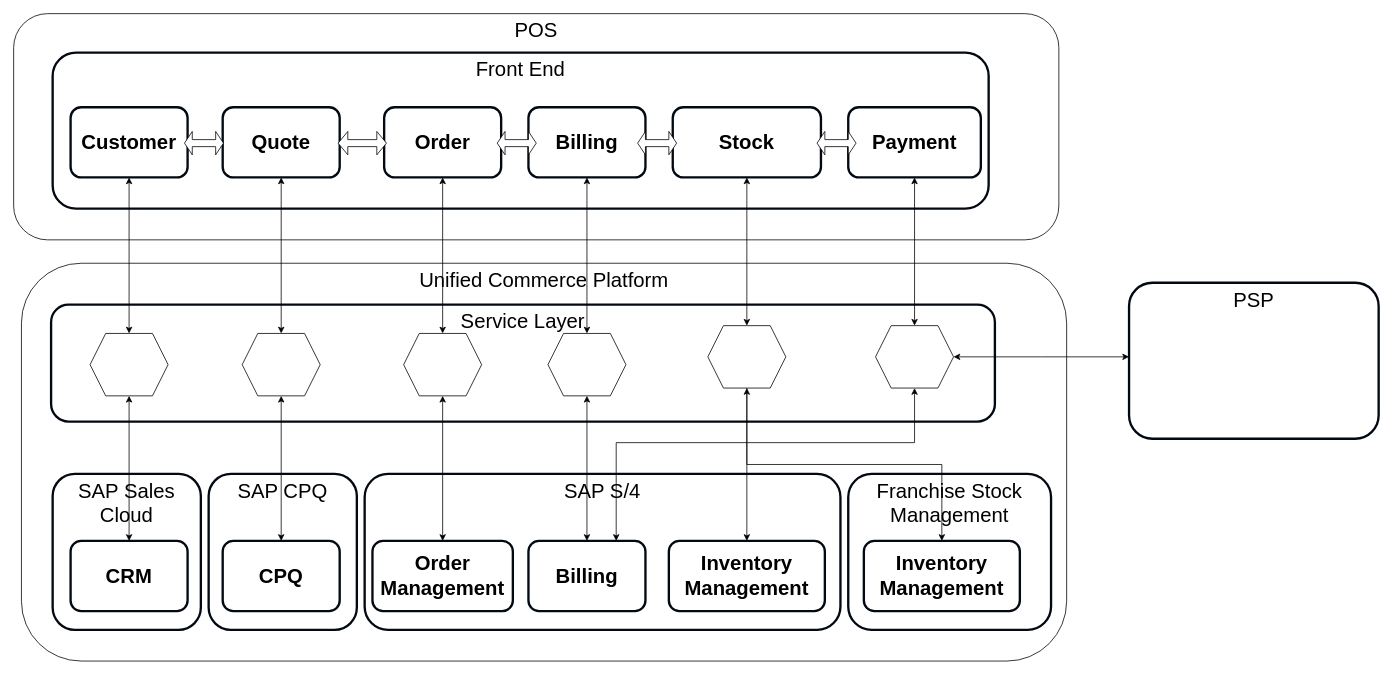
Earlier version of the draw.io diagram page "UCP with POS" (12 of 14) of Sales Frontend Strategy.drawio (mrf742002/Diagrams). Source tidied: cells renumbered, new cells numbered last; positions are measured from the earlier drawing's top-left corner, leaving out a move shared by most shapes. Both pictures are drawn from the tidied source at 78%, with x=0, y=0 at pixel (13, 13).
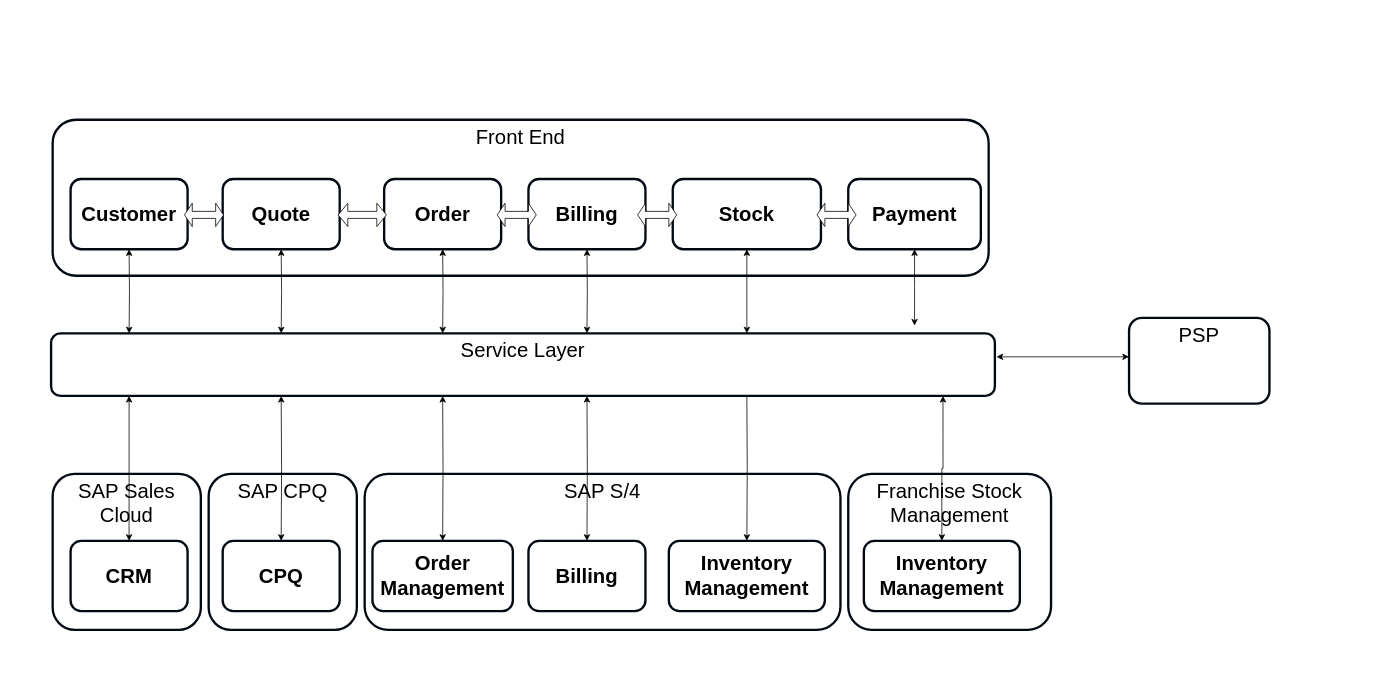
The same diagram, later.

The change refers to these unchanged cells:
```xml
<mxCell id="9" value="&lt;b style=&quot;font-size: 26px&quot;&gt;CPQ&lt;br style=&quot;font-size: 26px&quot;&gt;&lt;/b&gt;" style="rounded=1;whiteSpace=wrap;html=1;verticalAlign=middle;strokeWidth=3;strokeColor=#020912;fontSize=26;" parent="1" vertex="1">
  <mxGeometry x="268" y="676" width="150" height="90" as="geometry" />
</mxCell>
<mxCell id="10" value="&lt;b style=&quot;font-size: 26px&quot;&gt;Billing&lt;br style=&quot;font-size: 26px&quot;&gt;&lt;/b&gt;" style="rounded=1;whiteSpace=wrap;html=1;verticalAlign=middle;strokeWidth=3;strokeColor=#020912;fontSize=26;" parent="1" vertex="1">
  <mxGeometry x="660" y="676" width="150" height="90" as="geometry" />
</mxCell>
<mxCell id="11" value="&lt;b style=&quot;font-size: 26px&quot;&gt;Inventory Management&lt;br style=&quot;font-size: 26px&quot;&gt;&lt;/b&gt;" style="rounded=1;whiteSpace=wrap;html=1;verticalAlign=middle;strokeWidth=3;strokeColor=#020912;fontSize=26;" parent="1" vertex="1">
  <mxGeometry x="840" y="676" width="200" height="90" as="geometry" />
</mxCell>
<mxCell id="13" value="&lt;b style=&quot;font-size: 26px&quot;&gt;CRM&lt;br style=&quot;font-size: 26px&quot;&gt;&lt;/b&gt;" style="rounded=1;whiteSpace=wrap;html=1;verticalAlign=middle;strokeWidth=3;strokeColor=#020912;fontSize=26;" parent="1" vertex="1">
  <mxGeometry x="73" y="676" width="150" height="90" as="geometry" />
</mxCell>
<mxCell id="14" value="&lt;b style=&quot;font-size: 26px&quot;&gt;Order Management&lt;br style=&quot;font-size: 26px&quot;&gt;&lt;/b&gt;" style="rounded=1;whiteSpace=wrap;html=1;verticalAlign=middle;strokeWidth=3;strokeColor=#020912;fontSize=26;" parent="1" vertex="1">
  <mxGeometry x="460" y="676" width="180" height="90" as="geometry" />
</mxCell>
<mxCell id="42" value="&lt;b style=&quot;font-size: 26px&quot;&gt;Inventory Management&lt;br style=&quot;font-size: 26px&quot;&gt;&lt;/b&gt;" style="rounded=1;whiteSpace=wrap;html=1;verticalAlign=middle;strokeWidth=3;strokeColor=#020912;fontSize=26;" parent="1" vertex="1">
  <mxGeometry x="1090" y="676" width="200" height="90" as="geometry" />
</mxCell>
```

Diff of the diagram source:
```diff
@@
-    <mxCell id="2" value="POS" style="rounded=1;whiteSpace=wrap;html=1;verticalAlign=top;fontSize=26;" parent="1" vertex="1">
-      <mxGeometry width="1340" height="290" as="geometry" />
-    </mxCell>
-    <mxCell id="3" value="Unified Commerce Platform" style="rounded=1;whiteSpace=wrap;html=1;verticalAlign=top;fontSize=26;" parent="1" vertex="1">
-      <mxGeometry x="10" y="320" width="1340" height="510" as="geometry" />
-    </mxCell>
@@
     <mxCell id="5" value="Service Layer" style="rounded=1;whiteSpace=wrap;html=1;verticalAlign=top;strokeWidth=3;strokeColor=#020912;fontSize=26;" parent="1" vertex="1">
-      <mxGeometry x="48" y="373" width="1210" height="150" as="geometry" />
+      <mxGeometry x="48" y="410" width="1210" height="80" as="geometry" />
     </mxCell>
@@
-    <mxCell id="12" style="edgeStyle=orthogonalEdgeStyle;rounded=0;jettySize=auto;html=1;exitX=0.5;exitY=0;exitDx=0;exitDy=0;startArrow=classic;startFill=1;" parent="1" edge="1" source="13" target="24">
-      <mxGeometry relative="1" as="geometry" />
+    <mxCell id="12" style="edgeStyle=orthogonalEdgeStyle;rounded=0;jettySize=auto;html=1;exitX=0.5;exitY=0;exitDx=0;exitDy=0;startArrow=classic;startFill=1;" parent="1" edge="1" source="13">
+      <mxGeometry relative="1" as="geometry">
+        <mxPoint x="148" y="490" as="targetPoint" />
+      </mxGeometry>
     </mxCell>
@@
     <mxCell id="15" value="Front End" style="rounded=1;whiteSpace=wrap;html=1;verticalAlign=top;strokeWidth=3;strokeColor=#020912;fontSize=26;" parent="1" vertex="1">
-      <mxGeometry x="50" y="50" width="1200" height="200" as="geometry" />
+      <mxGeometry x="50" y="136" width="1200" height="200" as="geometry" />
     </mxCell>
     <mxCell id="16" value="&lt;b style=&quot;font-size: 26px&quot;&gt;Customer&lt;br style=&quot;font-size: 26px&quot;&gt;&lt;/b&gt;" style="rounded=1;whiteSpace=wrap;html=1;verticalAlign=middle;strokeWidth=3;strokeColor=#020912;fontSize=26;" parent="1" vertex="1">
-      <mxGeometry x="73" y="120" width="150" height="90" as="geometry" />
+      <mxGeometry x="73" y="212" width="150" height="90" as="geometry" />
     </mxCell>
     <mxCell id="17" value="&lt;b style=&quot;font-size: 26px&quot;&gt;Quote&lt;br style=&quot;font-size: 26px&quot;&gt;&lt;/b&gt;" style="rounded=1;whiteSpace=wrap;html=1;verticalAlign=middle;strokeWidth=3;strokeColor=#020912;fontSize=26;" parent="1" vertex="1">
-      <mxGeometry x="268" y="120" width="150" height="90" as="geometry" />
+      <mxGeometry x="268" y="212" width="150" height="90" as="geometry" />
     </mxCell>
     <mxCell id="18" value="&lt;b style=&quot;font-size: 26px&quot;&gt;Order&lt;br style=&quot;font-size: 26px&quot;&gt;&lt;/b&gt;" style="rounded=1;whiteSpace=wrap;html=1;verticalAlign=middle;strokeWidth=3;strokeColor=#020912;fontSize=26;" parent="1" vertex="1">
-      <mxGeometry x="475" y="120" width="150" height="90" as="geometry" />
+      <mxGeometry x="475" y="212" width="150" height="90" as="geometry" />
     </mxCell>
     <mxCell id="19" value="&lt;b style=&quot;font-size: 26px&quot;&gt;Billing&lt;br style=&quot;font-size: 26px&quot;&gt;&lt;/b&gt;" style="rounded=1;whiteSpace=wrap;html=1;verticalAlign=middle;strokeWidth=3;strokeColor=#020912;fontSize=26;" parent="1" vertex="1">
-      <mxGeometry x="660" y="120" width="150" height="90" as="geometry" />
+      <mxGeometry x="660" y="212" width="150" height="90" as="geometry" />
     </mxCell>
     <mxCell id="20" value="&lt;b style=&quot;font-size: 26px&quot;&gt;Stock&lt;br style=&quot;font-size: 26px&quot;&gt;&lt;/b&gt;" style="rounded=1;whiteSpace=wrap;html=1;verticalAlign=middle;strokeWidth=3;strokeColor=#020912;fontSize=26;" parent="1" vertex="1">
-      <mxGeometry x="845" y="120" width="190" height="90" as="geometry" />
+      <mxGeometry x="845" y="212" width="190" height="90" as="geometry" />
     </mxCell>
-    <mxCell id="21" style="edgeStyle=orthogonalEdgeStyle;rounded=0;jettySize=auto;html=1;exitX=0.5;exitY=1;exitDx=0;exitDy=0;entryX=0.5;entryY=0;entryDx=0;entryDy=0;startArrow=classic;startFill=1;" parent="1" edge="1" source="22" target="40">
-      <mxGeometry relative="1" as="geometry" />
+    <mxCell id="21" style="edgeStyle=orthogonalEdgeStyle;rounded=0;jettySize=auto;html=1;exitX=0.5;exitY=1;exitDx=0;exitDy=0;entryX=0.5;entryY=0;entryDx=0;entryDy=0;startArrow=classic;startFill=1;" parent="1" edge="1" source="22">
+      <mxGeometry relative="1" as="geometry">
+        <mxPoint x="1155" y="400" as="targetPoint" />
+      </mxGeometry>
     </mxCell>
     <mxCell id="22" value="&lt;b style=&quot;font-size: 26px&quot;&gt;Payment&lt;br style=&quot;font-size: 26px&quot;&gt;&lt;/b&gt;" style="rounded=1;whiteSpace=wrap;html=1;verticalAlign=middle;strokeWidth=3;strokeColor=#020912;fontSize=26;" parent="1" vertex="1">
-      <mxGeometry x="1070" y="120" width="170" height="90" as="geometry" />
+      <mxGeometry x="1070" y="212" width="170" height="90" as="geometry" />
     </mxCell>
-    <mxCell id="23" style="edgeStyle=orthogonalEdgeStyle;rounded=0;jettySize=auto;html=1;exitX=0.5;exitY=0;exitDx=0;exitDy=0;startArrow=classic;startFill=1;" parent="1" edge="1" source="24" target="16">
-      <mxGeometry relative="1" as="geometry" />
+    <mxCell id="23" style="edgeStyle=orthogonalEdgeStyle;rounded=0;jettySize=auto;html=1;exitX=0.5;exitY=0;exitDx=0;exitDy=0;startArrow=classic;startFill=1;" parent="1" edge="1" target="16">
+      <mxGeometry relative="1" as="geometry">
+        <mxPoint x="148" y="410" as="sourcePoint" />
+      </mxGeometry>
     </mxCell>
-    <mxCell id="24" style="shape=hexagon;perimeter=hexagonPerimeter2;whiteSpace=wrap;html=1;fixedSize=1;" parent="1" vertex="1">
-      <mxGeometry x="98" y="410" width="100" height="80" as="geometry" />
-    </mxCell>
-    <mxCell id="25" style="edgeStyle=orthogonalEdgeStyle;rounded=0;jettySize=auto;html=1;exitX=0.5;exitY=0;exitDx=0;exitDy=0;startArrow=classic;startFill=1;" parent="1" edge="1" source="27" target="17">
-      <mxGeometry relative="1" as="geometry" />
+    <mxCell id="25" style="edgeStyle=orthogonalEdgeStyle;rounded=0;jettySize=auto;html=1;exitX=0.5;exitY=0;exitDx=0;exitDy=0;startArrow=classic;startFill=1;" parent="1" edge="1" target="17">
+      <mxGeometry relative="1" as="geometry">
+        <mxPoint x="343" y="410" as="sourcePoint" />
+      </mxGeometry>
     </mxCell>
-    <mxCell id="26" style="edgeStyle=orthogonalEdgeStyle;rounded=0;jettySize=auto;html=1;exitX=0.5;exitY=1;exitDx=0;exitDy=0;startArrow=classic;startFill=1;" parent="1" edge="1" source="27" target="9">
-      <mxGeometry relative="1" as="geometry" />
+    <mxCell id="26" style="edgeStyle=orthogonalEdgeStyle;rounded=0;jettySize=auto;html=1;exitX=0.5;exitY=1;exitDx=0;exitDy=0;startArrow=classic;startFill=1;" parent="1" edge="1" target="9">
+      <mxGeometry relative="1" as="geometry">
+        <mxPoint x="343" y="490" as="sourcePoint" />
+      </mxGeometry>
     </mxCell>
-    <mxCell id="27" style="shape=hexagon;perimeter=hexagonPerimeter2;whiteSpace=wrap;html=1;fixedSize=1;" parent="1" vertex="1">
-      <mxGeometry x="293" y="410" width="100" height="80" as="geometry" />
-    </mxCell>
-    <mxCell id="28" style="edgeStyle=orthogonalEdgeStyle;rounded=0;jettySize=auto;html=1;exitX=0.5;exitY=0;exitDx=0;exitDy=0;entryX=0.5;entryY=1;entryDx=0;entryDy=0;startArrow=classic;startFill=1;" parent="1" edge="1" source="30" target="18">
-      <mxGeometry relative="1" as="geometry" />
+    <mxCell id="28" style="edgeStyle=orthogonalEdgeStyle;rounded=0;jettySize=auto;html=1;exitX=0.5;exitY=0;exitDx=0;exitDy=0;entryX=0.5;entryY=1;entryDx=0;entryDy=0;startArrow=classic;startFill=1;" parent="1" edge="1" target="18">
+      <mxGeometry relative="1" as="geometry">
+        <mxPoint x="550" y="410" as="sourcePoint" />
+      </mxGeometry>
     </mxCell>
-    <mxCell id="29" style="edgeStyle=orthogonalEdgeStyle;rounded=0;jettySize=auto;html=1;exitX=0.5;exitY=1;exitDx=0;exitDy=0;startArrow=classic;startFill=1;" parent="1" edge="1" source="30" target="14">
-      <mxGeometry relative="1" as="geometry" />
+    <mxCell id="29" style="edgeStyle=orthogonalEdgeStyle;rounded=0;jettySize=auto;html=1;exitX=0.5;exitY=1;exitDx=0;exitDy=0;startArrow=classic;startFill=1;" parent="1" edge="1" target="14">
+      <mxGeometry relative="1" as="geometry">
+        <mxPoint x="550" y="490" as="sourcePoint" />
+      </mxGeometry>
     </mxCell>
-    <mxCell id="30" style="shape=hexagon;perimeter=hexagonPerimeter2;whiteSpace=wrap;html=1;fixedSize=1;" parent="1" vertex="1">
-      <mxGeometry x="500" y="410" width="100" height="80" as="geometry" />
-    </mxCell>
-    <mxCell id="31" style="edgeStyle=orthogonalEdgeStyle;rounded=0;jettySize=auto;html=1;exitX=0.5;exitY=0;exitDx=0;exitDy=0;startArrow=classic;startFill=1;" parent="1" edge="1" source="33" target="19">
-      <mxGeometry relative="1" as="geometry" />
+    <mxCell id="31" style="edgeStyle=orthogonalEdgeStyle;rounded=0;jettySize=auto;html=1;exitX=0.5;exitY=0;exitDx=0;exitDy=0;startArrow=classic;startFill=1;" parent="1" edge="1" target="19">
+      <mxGeometry relative="1" as="geometry">
+        <mxPoint x="735" y="410" as="sourcePoint" />
+      </mxGeometry>
     </mxCell>
-    <mxCell id="32" style="edgeStyle=orthogonalEdgeStyle;rounded=0;jettySize=auto;html=1;exitX=0.5;exitY=1;exitDx=0;exitDy=0;startArrow=classic;startFill=1;" parent="1" edge="1" source="33" target="10">
-      <mxGeometry relative="1" as="geometry" />
+    <mxCell id="32" style="edgeStyle=orthogonalEdgeStyle;rounded=0;jettySize=auto;html=1;exitX=0.5;exitY=1;exitDx=0;exitDy=0;startArrow=classic;startFill=1;" parent="1" edge="1" target="10">
+      <mxGeometry relative="1" as="geometry">
+        <mxPoint x="735" y="490" as="sourcePoint" />
+      </mxGeometry>
     </mxCell>
-    <mxCell id="33" style="shape=hexagon;perimeter=hexagonPerimeter2;whiteSpace=wrap;html=1;fixedSize=1;" parent="1" vertex="1">
-      <mxGeometry x="685" y="410" width="100" height="80" as="geometry" />
-    </mxCell>
-    <mxCell id="34" style="edgeStyle=orthogonalEdgeStyle;rounded=0;jettySize=auto;html=1;exitX=0.5;exitY=0;exitDx=0;exitDy=0;startArrow=classic;startFill=1;" parent="1" edge="1" source="37" target="20">
-      <mxGeometry relative="1" as="geometry" />
-    </mxCell>
-    <mxCell id="35" style="edgeStyle=orthogonalEdgeStyle;rounded=0;jettySize=auto;html=1;exitX=0.5;exitY=1;exitDx=0;exitDy=0;" parent="1" edge="1" source="37" target="11">
-      <mxGeometry relative="1" as="geometry" />
+    <mxCell id="35" style="edgeStyle=orthogonalEdgeStyle;rounded=0;jettySize=auto;html=1;" parent="1" edge="1" target="11">
+      <mxGeometry relative="1" as="geometry">
+        <mxPoint x="940" y="490" as="sourcePoint" />
+      </mxGeometry>
     </mxCell>
-    <mxCell id="36" style="edgeStyle=orthogonalEdgeStyle;rounded=0;jettySize=auto;html=1;exitX=0.5;exitY=1;exitDx=0;exitDy=0;entryX=0.5;entryY=0;entryDx=0;entryDy=0;startArrow=classic;startFill=1;" parent="1" edge="1" source="37" target="42">
+    <mxCell id="36" style="edgeStyle=orthogonalEdgeStyle;rounded=0;jettySize=auto;html=1;exitX=0.945;exitY=1;exitDx=0;exitDy=0;entryX=0.5;entryY=0;entryDx=0;entryDy=0;startArrow=classic;startFill=1;exitPerimeter=0;" parent="1" edge="1" source="5" target="42">
       <mxGeometry relative="1" as="geometry" />
     </mxCell>
-    <mxCell id="37" style="shape=hexagon;perimeter=hexagonPerimeter2;whiteSpace=wrap;html=1;fixedSize=1;" parent="1" vertex="1">
-      <mxGeometry x="890" y="400" width="100" height="80" as="geometry" />
-    </mxCell>
-    <mxCell id="38" style="edgeStyle=orthogonalEdgeStyle;rounded=0;jettySize=auto;html=1;exitX=1;exitY=0.5;exitDx=0;exitDy=0;startArrow=classic;startFill=1;" parent="1" edge="1" source="40">
+    <mxCell id="38" style="edgeStyle=orthogonalEdgeStyle;rounded=0;orthogonalLoop=1;jettySize=auto;html=1;startArrow=classic;startFill=1;" parent="1" edge="1">
       <mxGeometry relative="1" as="geometry">
+        <mxPoint x="1260" y="440" as="sourcePoint" />
         <mxPoint x="1430" y="440" as="targetPoint" />
       </mxGeometry>
     </mxCell>
-    <mxCell id="39" style="edgeStyle=orthogonalEdgeStyle;rounded=0;jettySize=auto;html=1;exitX=0.5;exitY=1;exitDx=0;exitDy=0;entryX=0.75;entryY=0;entryDx=0;entryDy=0;startArrow=classic;startFill=1;fontSize=26;" parent="1" edge="1" source="40" target="10">
-      <mxGeometry relative="1" as="geometry">
-        <Array as="points">
-          <mxPoint x="1155" y="550" />
-          <mxPoint x="773" y="550" />
-        </Array>
-      </mxGeometry>
-    </mxCell>
-    <mxCell id="40" style="shape=hexagon;perimeter=hexagonPerimeter2;whiteSpace=wrap;html=1;fixedSize=1;" parent="1" vertex="1">
-      <mxGeometry x="1105" y="400" width="100" height="80" as="geometry" />
-    </mxCell>
     <mxCell id="41" value="PSP" style="rounded=1;whiteSpace=wrap;html=1;verticalAlign=top;strokeWidth=3;strokeColor=#020912;fontSize=26;" parent="1" vertex="1">
-      <mxGeometry x="1430" y="345" width="320" height="200" as="geometry" />
+      <mxGeometry x="1430" y="390" width="180" height="110" as="geometry" />
     </mxCell>
@@
     <mxCell id="43" style="shape=doubleArrow;whiteSpace=wrap;html=1;fontSize=26;" parent="1" vertex="1">
-      <mxGeometry x="219" y="151" width="50" height="30" as="geometry" />
+      <mxGeometry x="219" y="243" width="50" height="30" as="geometry" />
     </mxCell>
     <mxCell id="44" style="shape=doubleArrow;whiteSpace=wrap;html=1;fontSize=26;" parent="1" vertex="1">
-      <mxGeometry x="416" y="151" width="62" height="30" as="geometry" />
+      <mxGeometry x="416" y="243" width="62" height="30" as="geometry" />
     </mxCell>
     <mxCell id="45" style="shape=doubleArrow;whiteSpace=wrap;html=1;fontSize=26;" parent="1" vertex="1">
-      <mxGeometry x="620" y="151" width="50" height="30" as="geometry" />
+      <mxGeometry x="620" y="243" width="50" height="30" as="geometry" />
     </mxCell>
     <mxCell id="46" style="shape=doubleArrow;whiteSpace=wrap;html=1;fontSize=26;" parent="1" vertex="1">
-      <mxGeometry x="800" y="151" width="50" height="30" as="geometry" />
+      <mxGeometry x="800" y="243" width="50" height="30" as="geometry" />
     </mxCell>
     <mxCell id="47" style="shape=doubleArrow;whiteSpace=wrap;html=1;fontSize=26;" parent="1" vertex="1">
-      <mxGeometry x="1030" y="151" width="50" height="30" as="geometry" />
+      <mxGeometry x="1030" y="243" width="50" height="30" as="geometry" />
     </mxCell>
+    <mxCell id="48" style="edgeStyle=orthogonalEdgeStyle;rounded=0;jettySize=auto;html=1;exitX=0.5;exitY=1;exitDx=0;exitDy=0;startArrow=classic;startFill=1;" parent="1" edge="1" source="20">
+      <mxGeometry relative="1" as="geometry">
+        <mxPoint x="940" y="410" as="targetPoint" />
+        <Array as="points">
+          <mxPoint x="940" y="410" />
+        </Array>
+      </mxGeometry>
+    </mxCell>
```
